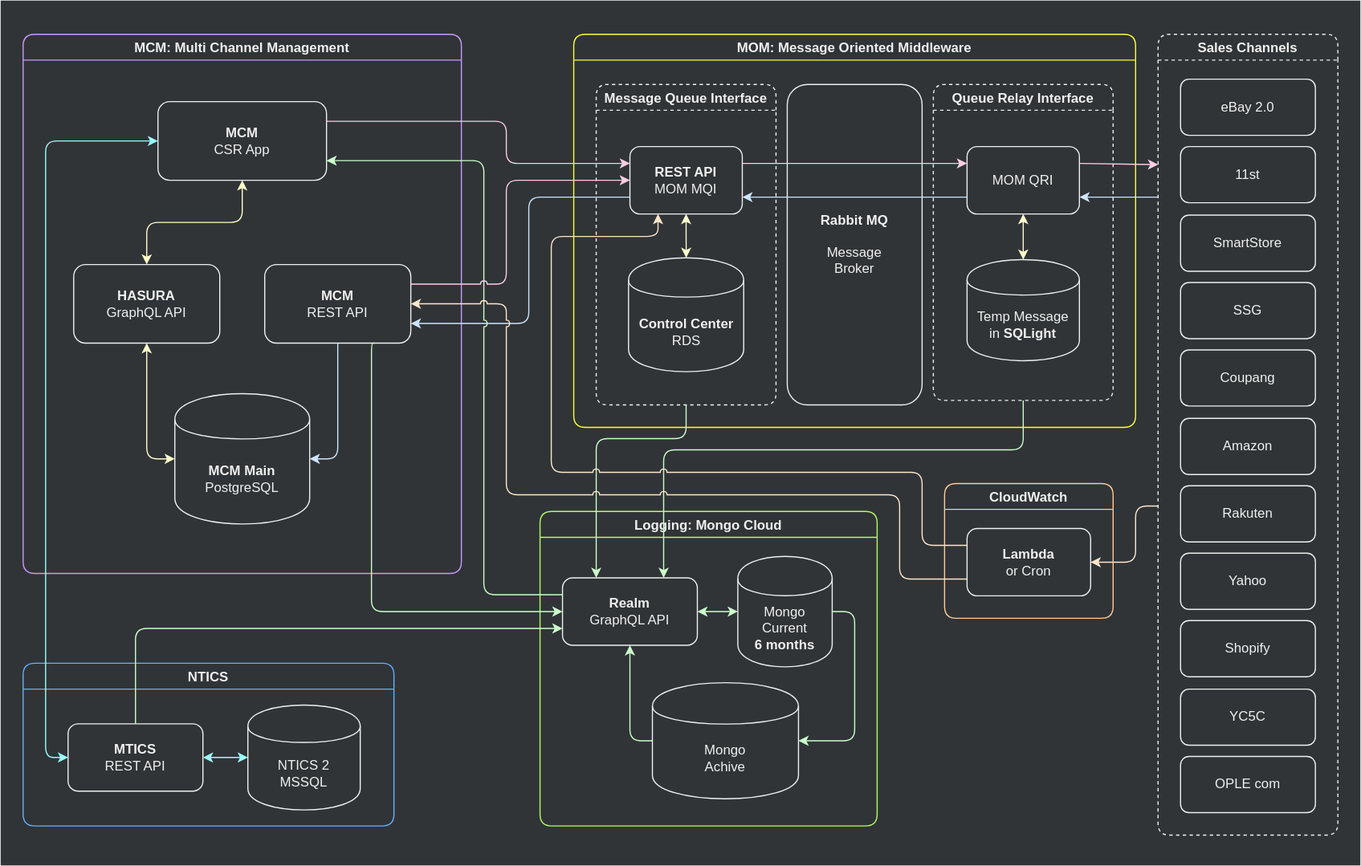
Above: assets/.draw.io/documents/geclio2-mcm-service.svg in jiholee-ntwglobal/jiholee-ntwglobal.github.io (draw.io), before the change. Source tidied: cells renumbered, new cells last; positions are measured from the earlier drawing's top-left corner, leaving out a move shared by most shapes.
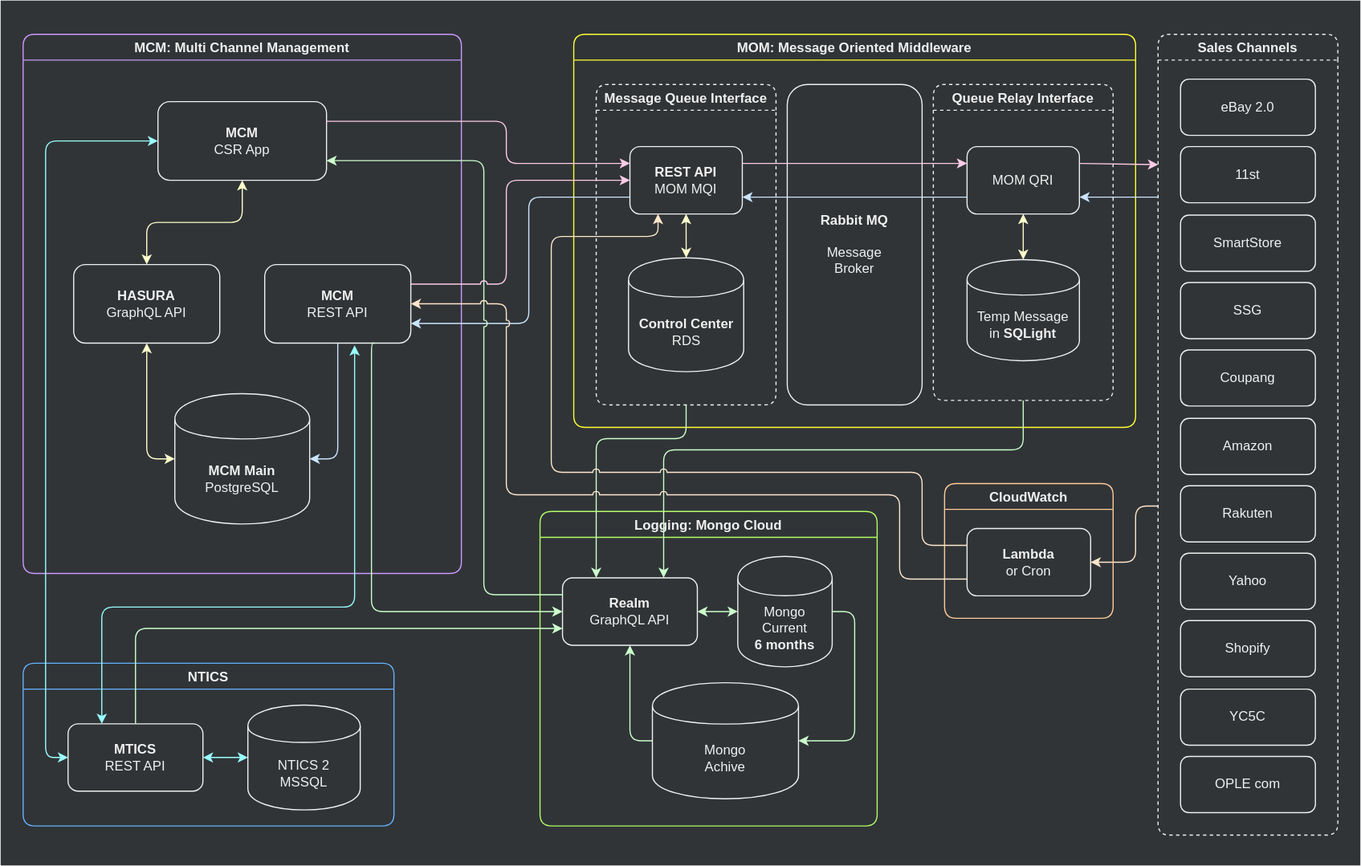
The same diagram one commit later.

What changed in the source:
```diff
@@ -272,5 +272,15 @@
         </Array>
       </mxGeometry>
     </mxCell>
+    <mxCell id="63" style="edgeStyle=orthogonalEdgeStyle;rounded=1;jumpStyle=arc;jettySize=auto;html=1;entryX=0.25;entryY=0;entryDx=0;entryDy=0;startArrow=classic;startFill=1;strokeColor=#99FFFF;" parent="3" edge="1" target="54">
+      <mxGeometry relative="1" as="geometry">
+        <mxPoint x="315" y="307" as="sourcePoint" />
+        <Array as="points">
+          <mxPoint x="315" y="307" />
+          <mxPoint x="315" y="540" />
+          <mxPoint x="90" y="540" />
+        </Array>
+      </mxGeometry>
+    </mxCell>
   </root>
 </mxGraphModel>
```
